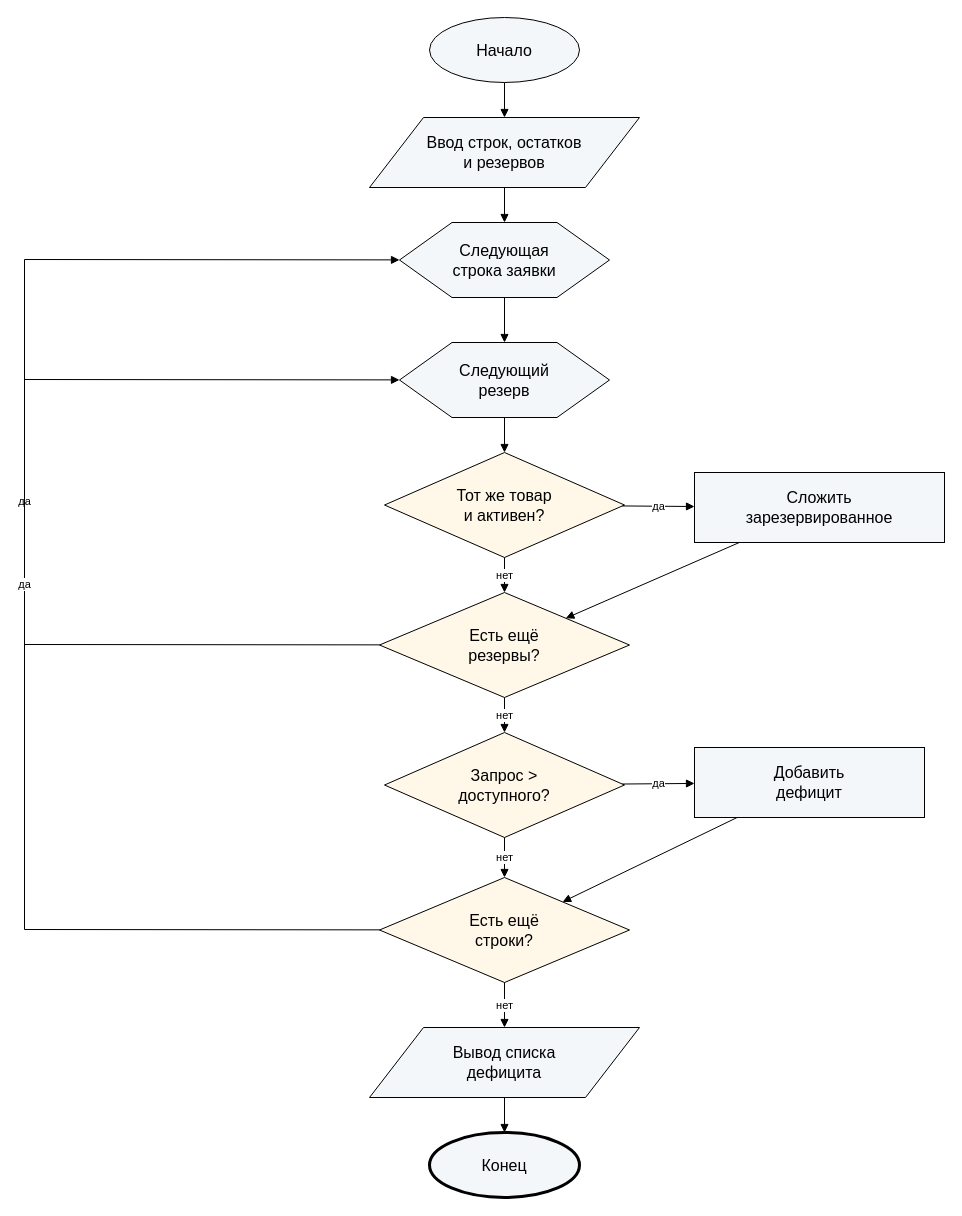
Before: models/algo_1.drawio in iskanye/office-furniture, a draw.io diagram. Source tidied: cells renumbered, new cells numbered last; positions are measured from the earlier drawing's top-left corner, leaving out a move shared by most shapes. Both pictures are drawn from the tidied source at 100%, with x=0, y=0 at pixel (24, 17).
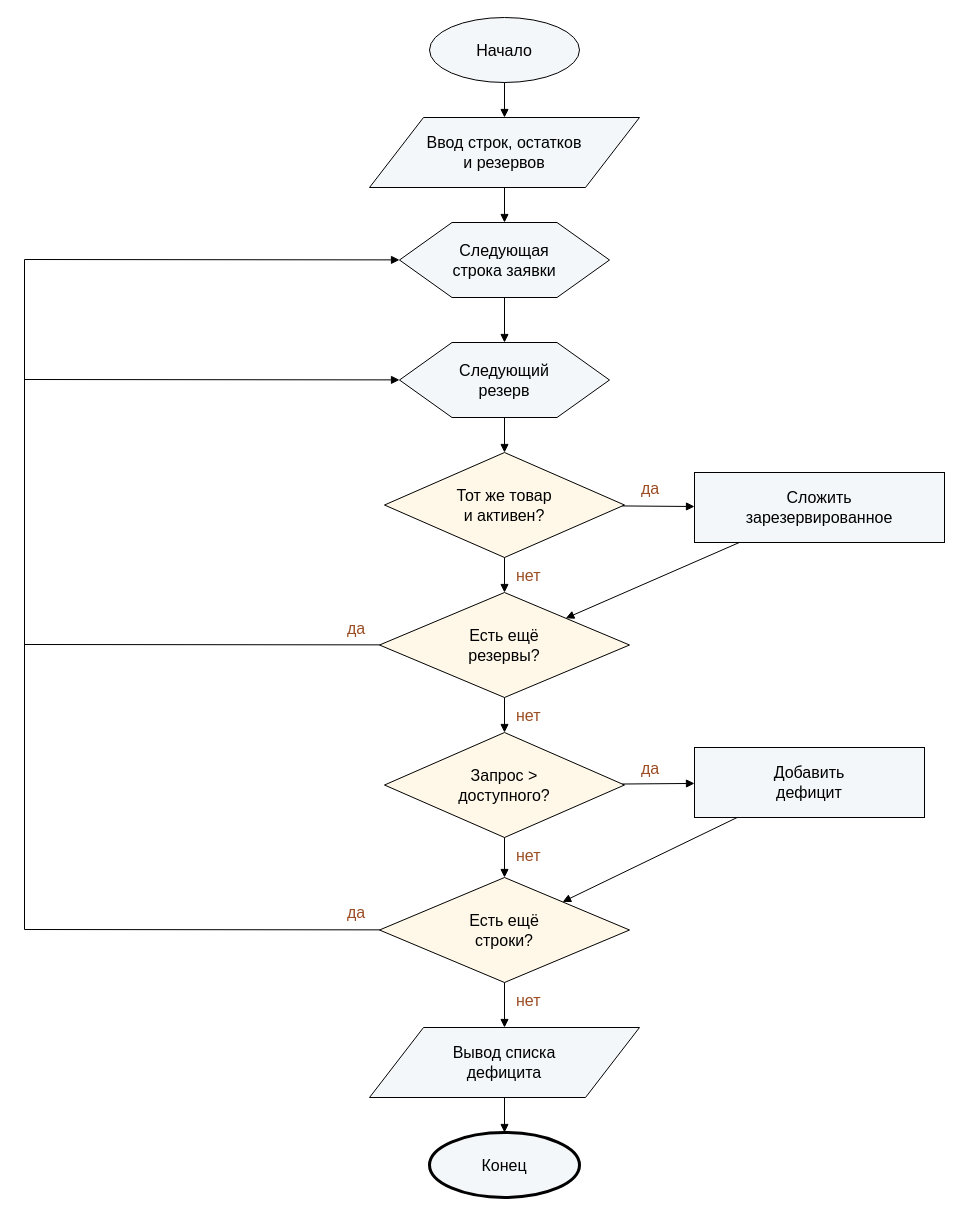
The same page after the edit.

Commit message (it also covers changes not shown here):
Исправить отчет КТ2 и подписи блок-схем

The change refers to these unchanged cells:
```xml
<mxCell id="4" value="Следующая&lt;br&gt;строка заявки" style="shape=hexagon;whiteSpace=wrap;html=1;fillColor=#f3f7fa;fontSize=16;" parent="1" vertex="1">
  <mxGeometry x="375" y="205" width="210" height="75" as="geometry" />
</mxCell>
<mxCell id="5" value="Следующий&lt;br&gt;резерв" style="shape=hexagon;whiteSpace=wrap;html=1;fillColor=#f3f7fa;fontSize=16;" parent="1" vertex="1">
  <mxGeometry x="375" y="325" width="210" height="75" as="geometry" />
</mxCell>
<mxCell id="6" value="Тот же товар&lt;br&gt;и активен?" style="rhombus;whiteSpace=wrap;html=1;fillColor=#fff8e8;fontSize=16;" parent="1" vertex="1">
  <mxGeometry x="360" y="435" width="240" height="105" as="geometry" />
</mxCell>
<mxCell id="7" value="Сложить&lt;br&gt;зарезервированное" style="rounded=0;whiteSpace=wrap;html=1;fillColor=#f3f7fa;fontSize=16;" parent="1" vertex="1">
  <mxGeometry x="670" y="455" width="250" height="70" as="geometry" />
</mxCell>
<mxCell id="8" value="Есть ещё&lt;br&gt;резервы?" style="rhombus;whiteSpace=wrap;html=1;fillColor=#fff8e8;fontSize=16;" parent="1" vertex="1">
  <mxGeometry x="355" y="575" width="250" height="105" as="geometry" />
</mxCell>
<mxCell id="9" value="Запрос &gt;&lt;br&gt;доступного?" style="rhombus;whiteSpace=wrap;html=1;fillColor=#fff8e8;fontSize=16;" parent="1" vertex="1">
  <mxGeometry x="360" y="715" width="240" height="105" as="geometry" />
</mxCell>
<mxCell id="10" value="Добавить&lt;br&gt;дефицит" style="rounded=0;whiteSpace=wrap;html=1;fillColor=#f3f7fa;fontSize=16;" parent="1" vertex="1">
  <mxGeometry x="670" y="730" width="230" height="70" as="geometry" />
</mxCell>
<mxCell id="11" value="Есть ещё&lt;br&gt;строки?" style="rhombus;whiteSpace=wrap;html=1;fillColor=#fff8e8;fontSize=16;" parent="1" vertex="1">
  <mxGeometry x="355" y="860" width="250" height="105" as="geometry" />
</mxCell>
<mxCell id="12" value="Вывод списка&lt;br&gt;дефицита" style="shape=parallelogram;whiteSpace=wrap;html=1;fillColor=#f3f7fa;fontSize=16;" parent="1" vertex="1">
  <mxGeometry x="345" y="1010" width="270" height="70" as="geometry" />
</mxCell>
```

What changed in the source:
```diff
@@
-    <mxCell id="18" value="да" style="endArrow=block;html=1;rounded=0;" parent="1" edge="1" source="6" target="7">
+    <mxCell id="18" style="endArrow=block;html=1;rounded=0;" parent="1" edge="1" source="6" target="7">
       <mxGeometry relative="1" as="geometry" />
     </mxCell>
+    <mxCell id="29" value="да" style="text;html=1;align=left;verticalAlign=middle;whiteSpace=wrap;fillColor=none;strokeColor=none;fontSize=16;fontColor=#9b4d24;" parent="1" vertex="1">
+      <mxGeometry x="615" y="459" width="45" height="24" as="geometry" />
+    </mxCell>
-    <mxCell id="19" value="нет" style="endArrow=block;html=1;rounded=0;" parent="1" edge="1" source="6" target="8">
+    <mxCell id="19" style="endArrow=block;html=1;rounded=0;" parent="1" edge="1" source="6" target="8">
       <mxGeometry relative="1" as="geometry" />
     </mxCell>
+    <mxCell id="30" value="нет" style="text;html=1;align=left;verticalAlign=middle;whiteSpace=wrap;fillColor=none;strokeColor=none;fontSize=16;fontColor=#9b4d24;" parent="1" vertex="1">
+      <mxGeometry x="490" y="546" width="45" height="24" as="geometry" />
+    </mxCell>
@@
-    <mxCell id="21" value="да" style="endArrow=block;html=1;rounded=0;" parent="1" edge="1" source="8" target="5">
+    <mxCell id="21" style="endArrow=block;html=1;rounded=0;" parent="1" edge="1" source="8" target="5">
       <mxGeometry relative="1" as="geometry">
         <Array as="points">
           <mxPoint y="627" />
           <mxPoint y="362" />
         </Array>
       </mxGeometry>
     </mxCell>
+    <mxCell id="31" value="да" style="text;html=1;align=left;verticalAlign=middle;whiteSpace=wrap;fillColor=none;strokeColor=none;fontSize=16;fontColor=#9b4d24;" parent="1" vertex="1">
+      <mxGeometry x="321" y="599" width="45" height="24" as="geometry" />
+    </mxCell>
-    <mxCell id="22" value="нет" style="endArrow=block;html=1;rounded=0;" parent="1" edge="1" source="8" target="9">
+    <mxCell id="22" style="endArrow=block;html=1;rounded=0;" parent="1" edge="1" source="8" target="9">
       <mxGeometry relative="1" as="geometry" />
     </mxCell>
+    <mxCell id="32" value="нет" style="text;html=1;align=left;verticalAlign=middle;whiteSpace=wrap;fillColor=none;strokeColor=none;fontSize=16;fontColor=#9b4d24;" parent="1" vertex="1">
+      <mxGeometry x="490" y="686" width="45" height="24" as="geometry" />
+    </mxCell>
-    <mxCell id="23" value="да" style="endArrow=block;html=1;rounded=0;" parent="1" edge="1" source="9" target="10">
+    <mxCell id="23" style="endArrow=block;html=1;rounded=0;" parent="1" edge="1" source="9" target="10">
       <mxGeometry relative="1" as="geometry" />
     </mxCell>
+    <mxCell id="33" value="да" style="text;html=1;align=left;verticalAlign=middle;whiteSpace=wrap;fillColor=none;strokeColor=none;fontSize=16;fontColor=#9b4d24;" parent="1" vertex="1">
+      <mxGeometry x="615" y="739" width="45" height="24" as="geometry" />
+    </mxCell>
-    <mxCell id="24" value="нет" style="endArrow=block;html=1;rounded=0;" parent="1" edge="1" source="9" target="11">
+    <mxCell id="24" style="endArrow=block;html=1;rounded=0;" parent="1" edge="1" source="9" target="11">
       <mxGeometry relative="1" as="geometry" />
     </mxCell>
+    <mxCell id="34" value="нет" style="text;html=1;align=left;verticalAlign=middle;whiteSpace=wrap;fillColor=none;strokeColor=none;fontSize=16;fontColor=#9b4d24;" parent="1" vertex="1">
+      <mxGeometry x="490" y="826" width="45" height="24" as="geometry" />
+    </mxCell>
@@
-    <mxCell id="26" value="да" style="endArrow=block;html=1;rounded=0;" parent="1" edge="1" source="11" target="4">
+    <mxCell id="26" style="endArrow=block;html=1;rounded=0;" parent="1" edge="1" source="11" target="4">
       <mxGeometry relative="1" as="geometry">
         <Array as="points">
           <mxPoint y="912" />
           <mxPoint y="242" />
         </Array>
       </mxGeometry>
     </mxCell>
+    <mxCell id="35" value="да" style="text;html=1;align=left;verticalAlign=middle;whiteSpace=wrap;fillColor=none;strokeColor=none;fontSize=16;fontColor=#9b4d24;" parent="1" vertex="1">
+      <mxGeometry x="321" y="883" width="45" height="24" as="geometry" />
+    </mxCell>
-    <mxCell id="27" value="нет" style="endArrow=block;html=1;rounded=0;" parent="1" edge="1" source="11" target="12">
+    <mxCell id="27" style="endArrow=block;html=1;rounded=0;" parent="1" edge="1" source="11" target="12">
       <mxGeometry relative="1" as="geometry" />
     </mxCell>
+    <mxCell id="36" value="нет" style="text;html=1;align=left;verticalAlign=middle;whiteSpace=wrap;fillColor=none;strokeColor=none;fontSize=16;fontColor=#9b4d24;" parent="1" vertex="1">
+      <mxGeometry x="490" y="971" width="45" height="24" as="geometry" />
+    </mxCell>
```
